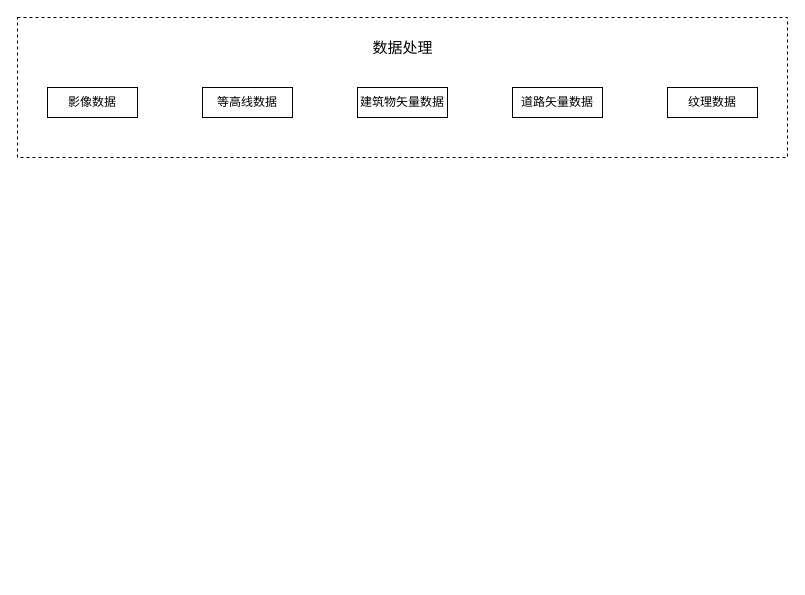
Before: 技术路线.drawio in hhw-cainiao/draw, a draw.io diagram. Source tidied: cells renumbered, new cells numbered last; positions are measured from the earlier drawing's top-left corner, leaving out a move shared by most shapes. Both pictures are drawn from the tidied source at 100%, with x=0, y=0 at pixel (17, 17).
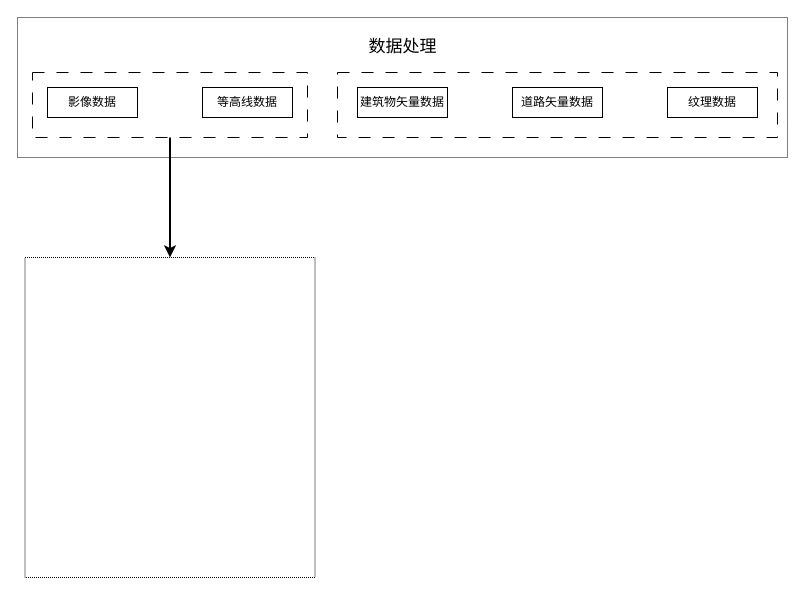
The same diagram, later.

Commit message (it also covers changes not shown here):
更新技术路线.drawio

Diff of the diagram source:
```diff
@@
 <mxGraphModel>
   <root>
     <mxCell id="0" />
     <mxCell id="1" parent="0" />
-    <mxCell id="2" style="rounded=0;whiteSpace=wrap;html=1;dashed=1;" parent="1" vertex="1">
+    <mxCell id="2" style="rounded=0;whiteSpace=wrap;html=1;dashed=1;dashPattern=1 1;" parent="1" vertex="1">
       <mxGeometry width="770" height="140" as="geometry" />
     </mxCell>
+    <mxCell id="9" style="rounded=0;whiteSpace=wrap;html=1;dashed=1;dashPattern=12 12;" parent="1" vertex="1">
+      <mxGeometry x="15" y="55" width="275" height="65" as="geometry" />
+    </mxCell>
     <mxCell id="3" value="影像数据" style="rounded=0;whiteSpace=wrap;html=1;" parent="1" vertex="1">
       <mxGeometry x="30" y="70" width="90" height="30" as="geometry" />
     </mxCell>
+    <mxCell id="10" style="rounded=0;whiteSpace=wrap;html=1;dashed=1;dashPattern=12 12;" parent="1" vertex="1">
+      <mxGeometry x="320" y="55" width="440" height="65" as="geometry" />
+    </mxCell>
     <mxCell id="4" value="纹理数据" style="rounded=0;whiteSpace=wrap;html=1;" parent="1" vertex="1">
       <mxGeometry x="650" y="70" width="90" height="30" as="geometry" />
     </mxCell>
     <mxCell id="5" value="建筑物矢量数据" style="rounded=0;whiteSpace=wrap;html=1;" parent="1" vertex="1">
       <mxGeometry x="340" y="70" width="90" height="30" as="geometry" />
     </mxCell>
     <mxCell id="6" value="道路矢量数据" style="rounded=0;whiteSpace=wrap;html=1;" parent="1" vertex="1">
       <mxGeometry x="495" y="70" width="90" height="30" as="geometry" />
     </mxCell>
     <mxCell id="7" value="等高线数据" style="rounded=0;whiteSpace=wrap;html=1;" parent="1" vertex="1">
       <mxGeometry x="185" y="70" width="90" height="30" as="geometry" />
     </mxCell>
-    <mxCell id="8" value="数据处理" style="text;html=1;strokeColor=none;fillColor=none;align=center;verticalAlign=middle;whiteSpace=wrap;rounded=0;fontSize=15;" parent="1" vertex="1">
+    <mxCell id="8" value="数据处理" style="text;html=1;strokeColor=none;fillColor=none;align=center;verticalAlign=middle;whiteSpace=wrap;rounded=0;fontSize=17;" parent="1" vertex="1">
       <mxGeometry x="347.5" y="20" width="75" height="20" as="geometry" />
     </mxCell>
+    <mxCell id="11" style="rounded=0;whiteSpace=wrap;html=1;dashed=1;dashPattern=1 1;" parent="1" vertex="1">
+      <mxGeometry x="7.5" y="240" width="290" height="320" as="geometry" />
+    </mxCell>
+    <mxCell id="12" style="edgeStyle=orthogonalEdgeStyle;rounded=0;jettySize=auto;html=1;exitX=0.5;exitY=1;exitDx=0;exitDy=0;entryX=0.5;entryY=0;entryDx=0;entryDy=0;fontStyle=1;strokeWidth=2;" parent="1" edge="1" source="9" target="11">
+      <mxGeometry relative="1" as="geometry" />
+    </mxCell>
   </root>
 </mxGraphModel>
```
